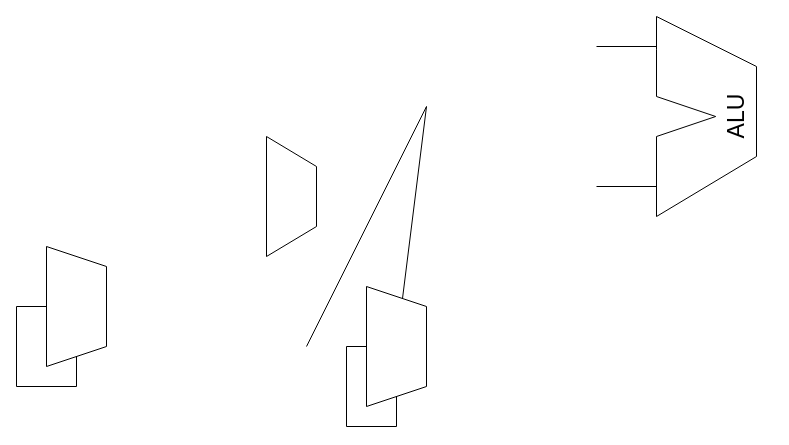
DavidZyy/drawio_repo keeps this draw.io diagram as Untitled Diagram.drawio. Above is the earlier version. Source tidied: cells renumbered, new cells numbered last; positions are measured from the earlier drawing's top-left corner, leaving out a move shared by most shapes. Both pictures are drawn from the tidied source at 100%, with x=0, y=0 at pixel (16, 16).
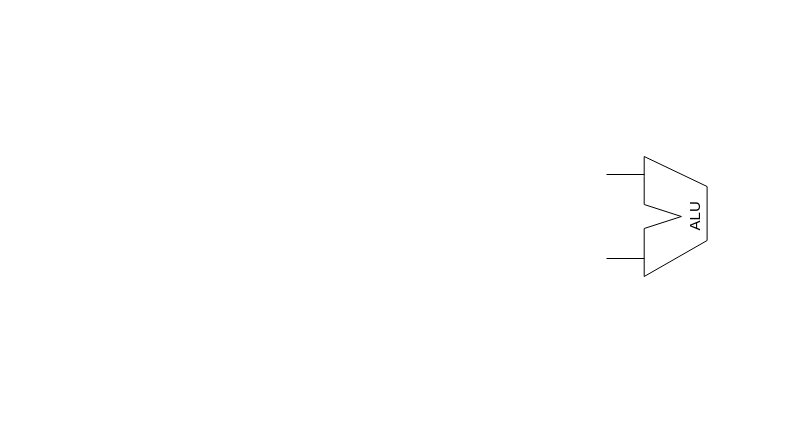
After the change.

Change to the diagram source:
```diff
@@
-    <mxCell id="2" style="shape=trapezoid;perimeter=trapezoidPerimeter;whiteSpace=wrap;html=1;fixedSize=1;size=30;direction=south;" parent="1" vertex="1">
-      <mxGeometry x="250" y="120" width="50" height="120" as="geometry" />
-    </mxCell>
-    <mxCell id="3" style="shape=trapezoid;perimeter=trapezoidPerimeter;whiteSpace=wrap;html=1;fixedSize=1;direction=south;" parent="1" vertex="1">
-      <mxGeometry x="30" y="230" width="60" height="120" as="geometry" />
-    </mxCell>
-    <mxCell id="4" style="edgeStyle=orthogonalEdgeStyle;rounded=0;orthogonalLoop=1;jettySize=auto;html=1;exitX=0.5;exitY=1;exitDx=0;exitDy=0;entryX=1;entryY=0.5;entryDx=0;entryDy=0;startArrow=none;startFill=0;endArrow=none;endFill=0;" parent="1" edge="1" source="3" target="3">
-      <mxGeometry relative="1" as="geometry">
-        <Array as="points">
-          <mxPoint y="290" />
-          <mxPoint y="370" />
-          <mxPoint x="60" y="370" />
-        </Array>
-      </mxGeometry>
-    </mxCell>
-    <mxCell id="5" style="shape=trapezoid;perimeter=trapezoidPerimeter;whiteSpace=wrap;html=1;fixedSize=1;direction=south;" parent="1" vertex="1">
-      <mxGeometry x="350" y="270" width="60" height="120" as="geometry" />
-    </mxCell>
-    <mxCell id="6" style="endArrow=none;html=1;rounded=0;" parent="1" edge="1" target="5">
-      <mxGeometry relative="1" as="geometry">
-        <mxPoint x="290" y="330" as="sourcePoint" />
-        <Array as="points">
-          <mxPoint x="410" y="90" />
-        </Array>
-      </mxGeometry>
-    </mxCell>
-    <mxCell id="7" style="edgeStyle=orthogonalEdgeStyle;rounded=0;orthogonalLoop=1;jettySize=auto;html=1;exitX=0.5;exitY=1;exitDx=0;exitDy=0;startArrow=none;startFill=0;endArrow=none;endFill=0;" parent="1" edge="1" source="5" target="5">
-      <mxGeometry relative="1" as="geometry" />
-    </mxCell>
-    <mxCell id="8" style="group;" parent="1" vertex="1">
-      <mxGeometry x="580" width="175" height="200" as="geometry" />
-    </mxCell>
+    <mxCell id="18" style="group;" parent="1" vertex="1">
+      <mxGeometry x="590" y="140" width="109" height="120" as="geometry" />
+    </mxCell>
-    <mxCell id="9" style="endArrow=none;html=1;rounded=0;fontSize=23;" parent="8" edge="1">
+    <mxCell id="9" style="endArrow=none;html=1;rounded=0;fontSize=23;" parent="18" edge="1">
       <mxGeometry relative="1" as="geometry">
-        <mxPoint y="30" as="sourcePoint" />
-        <mxPoint x="60" y="30" as="targetPoint" />
+        <mxPoint y="18" as="sourcePoint" />
+        <mxPoint x="37.7" y="18" as="targetPoint" />
       </mxGeometry>
     </mxCell>
-    <mxCell id="10" style="endArrow=none;html=1;rounded=0;" parent="8" edge="1">
+    <mxCell id="10" style="endArrow=none;html=1;rounded=0;" parent="18" edge="1">
       <mxGeometry relative="1" as="geometry">
-        <mxPoint x="60" y="80" as="sourcePoint" />
-        <mxPoint x="60" y="120" as="targetPoint" />
+        <mxPoint x="37.7" y="48" as="sourcePoint" />
+        <mxPoint x="37.7" y="72" as="targetPoint" />
         <Array as="points">
-          <mxPoint x="119.2" y="100" />
+          <mxPoint x="74.9" y="60" />
         </Array>
       </mxGeometry>
     </mxCell>
-    <mxCell id="11" style="endArrow=none;html=1;rounded=0;" parent="8" edge="1">
+    <mxCell id="11" style="endArrow=none;html=1;rounded=0;" parent="18" edge="1">
       <mxGeometry relative="1" as="geometry">
-        <mxPoint x="60" y="80" as="sourcePoint" />
-        <mxPoint x="60" as="targetPoint" />
+        <mxPoint x="37.7" y="48" as="sourcePoint" />
+        <mxPoint x="37.7" as="targetPoint" />
         <Array as="points">
-          <mxPoint x="60" y="33.3" />
+          <mxPoint x="37.7" y="20" />
         </Array>
       </mxGeometry>
     </mxCell>
-    <mxCell id="12" style="endArrow=none;html=1;rounded=0;" parent="8" edge="1">
+    <mxCell id="12" style="endArrow=none;html=1;rounded=0;" parent="18" edge="1">
       <mxGeometry relative="1" as="geometry">
-        <mxPoint x="60" y="200" as="sourcePoint" />
-        <mxPoint x="60" y="120" as="targetPoint" />
+        <mxPoint x="37.7" y="120" as="sourcePoint" />
+        <mxPoint x="37.7" y="72" as="targetPoint" />
       </mxGeometry>
     </mxCell>
-    <mxCell id="13" style="endArrow=none;html=1;rounded=0;" parent="8" edge="1">
+    <mxCell id="13" style="endArrow=none;html=1;rounded=0;" parent="18" edge="1">
       <mxGeometry relative="1" as="geometry">
-        <mxPoint x="60" as="sourcePoint" />
-        <mxPoint x="160" y="50" as="targetPoint" />
+        <mxPoint x="37.7" as="sourcePoint" />
+        <mxPoint x="100.6" y="30" as="targetPoint" />
       </mxGeometry>
     </mxCell>
-    <mxCell id="14" style="endArrow=none;html=1;rounded=0;" parent="8" edge="1">
+    <mxCell id="14" style="endArrow=none;html=1;rounded=0;" parent="18" edge="1">
       <mxGeometry relative="1" as="geometry">
-        <mxPoint x="160" y="140" as="sourcePoint" />
-        <mxPoint x="60" y="200" as="targetPoint" />
+        <mxPoint x="100.6" y="84" as="sourcePoint" />
+        <mxPoint x="37.7" y="120" as="targetPoint" />
       </mxGeometry>
     </mxCell>
-    <mxCell id="15" style="endArrow=none;html=1;rounded=0;" parent="8" edge="1">
+    <mxCell id="15" style="endArrow=none;html=1;rounded=0;" parent="18" edge="1">
       <mxGeometry relative="1" as="geometry">
-        <mxPoint x="160" y="140" as="sourcePoint" />
-        <mxPoint x="160" y="50" as="targetPoint" />
+        <mxPoint x="100.6" y="84" as="sourcePoint" />
+        <mxPoint x="100.6" y="30" as="targetPoint" />
       </mxGeometry>
     </mxCell>
-    <mxCell id="16" value="&lt;font style=&quot;font-size: 23px;&quot;&gt;ALU&lt;/font&gt;" style="text;strokeColor=none;align=center;fillColor=none;html=1;verticalAlign=middle;whiteSpace=wrap;rounded=0;direction=south;rotation=-90;" parent="8" vertex="1">
-      <mxGeometry x="125" y="65" width="30" height="70" as="geometry" />
+    <mxCell id="16" value="&lt;font style=&quot;font-size: 15px;&quot;&gt;ALU&lt;/font&gt;" style="text;strokeColor=none;align=center;fillColor=none;html=1;verticalAlign=middle;whiteSpace=wrap;rounded=0;direction=south;rotation=-90;" parent="18" vertex="1">
+      <mxGeometry x="79.3" y="38.3" width="17.4" height="42" as="geometry" />
     </mxCell>
-    <mxCell id="17" style="endArrow=none;html=1;rounded=0;fontSize=23;" parent="8" edge="1">
+    <mxCell id="17" style="endArrow=none;html=1;rounded=0;fontSize=23;" parent="18" edge="1">
       <mxGeometry relative="1" as="geometry">
-        <mxPoint y="170" as="sourcePoint" />
-        <mxPoint x="60" y="170" as="targetPoint" />
+        <mxPoint y="102" as="sourcePoint" />
+        <mxPoint x="37.7" y="102" as="targetPoint" />
       </mxGeometry>
     </mxCell>
```
